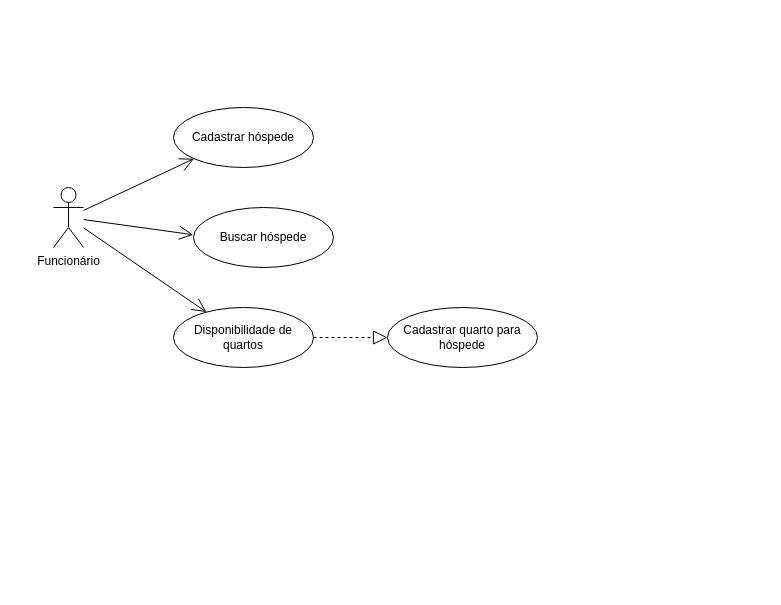
This is Engenharia de Software/Diagrama sem nome.drawio from MurilowJr/bertoti, a draw.io file, before an edit. Source tidied: cells renumbered, new cells numbered last; positions are measured from the earlier drawing's top-left corner, leaving out a move shared by most shapes. Both pictures are drawn from the tidied source at 100%, with x=0, y=0 at pixel (53, 107).
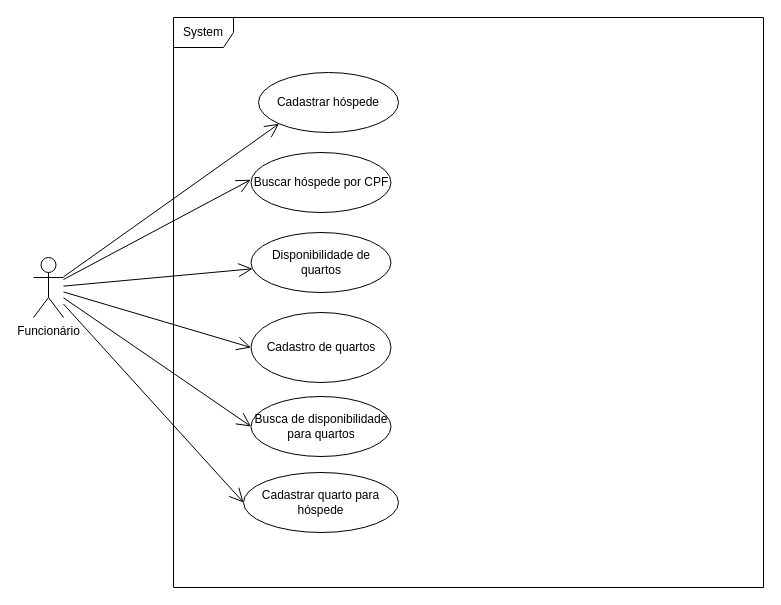
Above is the later version.

Commit message:
Att Diagrama UML

Change to the diagram source:
```diff
@@
 <mxGraphModel>
   <root>
     <mxCell id="0" />
     <mxCell id="1" parent="0" />
+    <mxCell id="11" value="System" style="shape=umlFrame;whiteSpace=wrap;html=1;noLabel=0;" parent="1" vertex="1">
+      <mxGeometry x="120" y="-90" width="590" height="570" as="geometry" />
+    </mxCell>
     <mxCell id="2" value="Funcionário" style="shape=umlActor;verticalLabelPosition=bottom;verticalAlign=top;html=1;outlineConnect=0;" parent="1" vertex="1">
-      <mxGeometry y="80" width="30" height="60" as="geometry" />
+      <mxGeometry x="-20" y="150" width="30" height="60" as="geometry" />
     </mxCell>
     <mxCell id="3" value="Cadastrar hóspede" style="ellipse;whiteSpace=wrap;html=1;" parent="1" vertex="1">
-      <mxGeometry x="120" width="140" height="60" as="geometry" />
+      <mxGeometry x="205" y="-35" width="140" height="60" as="geometry" />
     </mxCell>
     <mxCell id="4" style="endArrow=open;endFill=1;endSize=12;html=1;rounded=0;entryX=0;entryY=1;entryDx=0;entryDy=0;" parent="1" edge="1" source="2" target="3">
       <mxGeometry relative="1" as="geometry" />
     </mxCell>
-    <mxCell id="5" value="Buscar hóspede" style="ellipse;whiteSpace=wrap;html=1;" parent="1" vertex="1">
-      <mxGeometry x="140" y="100" width="140" height="60" as="geometry" />
+    <mxCell id="5" value="Buscar hóspede por CPF" style="ellipse;whiteSpace=wrap;html=1;" parent="1" vertex="1">
+      <mxGeometry x="197.5" y="45" width="140" height="60" as="geometry" />
     </mxCell>
     <mxCell id="6" style="endArrow=open;endFill=1;endSize=12;html=1;rounded=0;entryX=-0.002;entryY=0.454;entryDx=0;entryDy=0;entryPerimeter=0;" parent="1" edge="1" source="2" target="5">
       <mxGeometry relative="1" as="geometry" />
     </mxCell>
     <mxCell id="7" value="Disponibilidade de quartos" style="ellipse;whiteSpace=wrap;html=1;" parent="1" vertex="1">
-      <mxGeometry x="120" y="200" width="140" height="60" as="geometry" />
+      <mxGeometry x="197.5" y="125" width="140" height="60" as="geometry" />
     </mxCell>
     <mxCell id="8" style="endArrow=open;endFill=1;endSize=12;html=1;rounded=0;" parent="1" edge="1" source="2" target="7">
       <mxGeometry relative="1" as="geometry" />
     </mxCell>
-    <mxCell id="9" style="endArrow=block;dashed=1;endFill=0;endSize=12;html=1;rounded=0;exitX=1;exitY=0.5;exitDx=0;exitDy=0;entryX=0;entryY=0.5;entryDx=0;entryDy=0;" parent="1" edge="1" source="7" target="10">
-      <mxGeometry relative="1" as="geometry" />
-    </mxCell>
     <mxCell id="10" value="Cadastrar quarto para hóspede" style="ellipse;whiteSpace=wrap;html=1;" parent="1" vertex="1">
-      <mxGeometry x="334" y="200" width="150" height="60" as="geometry" />
+      <mxGeometry x="190" y="365" width="155" height="60" as="geometry" />
     </mxCell>
+    <mxCell id="12" style="endArrow=open;endFill=1;endSize=12;html=1;rounded=0;entryX=0;entryY=0.5;entryDx=0;entryDy=0;" parent="1" edge="1" source="2" target="10">
+      <mxGeometry relative="1" as="geometry" />
+    </mxCell>
+    <mxCell id="13" value="Busca de disponibilidade para quartos" style="ellipse;whiteSpace=wrap;html=1;" parent="1" vertex="1">
+      <mxGeometry x="197.5" y="289" width="140" height="60" as="geometry" />
+    </mxCell>
+    <mxCell id="14" value="Cadastro de quartos" style="ellipse;whiteSpace=wrap;html=1;" parent="1" vertex="1">
+      <mxGeometry x="197.5" y="205" width="140" height="70" as="geometry" />
+    </mxCell>
+    <mxCell id="15" style="edgeStyle=orthogonalEdgeStyle;rounded=0;orthogonalLoop=1;jettySize=auto;html=1;exitX=0.5;exitY=1;exitDx=0;exitDy=0;" parent="1" edge="1" source="14" target="14">
+      <mxGeometry relative="1" as="geometry" />
+    </mxCell>
+    <mxCell id="16" style="endArrow=open;endFill=1;endSize=12;html=1;rounded=0;entryX=0;entryY=0.5;entryDx=0;entryDy=0;" parent="1" edge="1" source="2" target="14">
+      <mxGeometry relative="1" as="geometry" />
+    </mxCell>
+    <mxCell id="17" style="endArrow=open;endFill=1;endSize=12;html=1;rounded=0;entryX=0;entryY=0.5;entryDx=0;entryDy=0;" parent="1" edge="1" source="2" target="13">
+      <mxGeometry relative="1" as="geometry" />
+    </mxCell>
   </root>
 </mxGraphModel>
```
